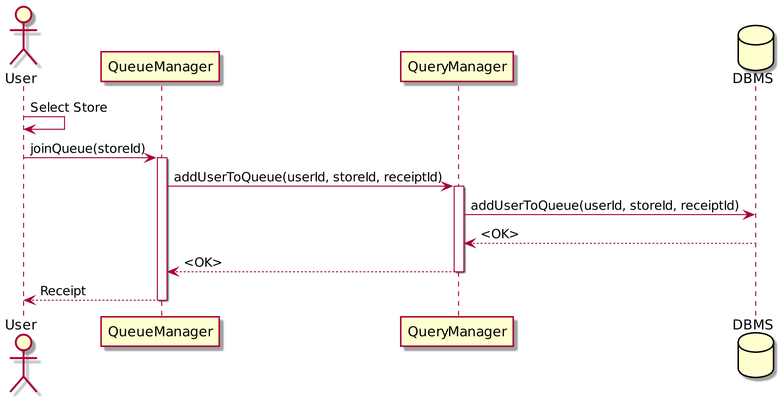
Earlier version of the PlantUML export DD/uml/seq_join_queue.png (andreafra/Software-Engineering-2-Project-2021).
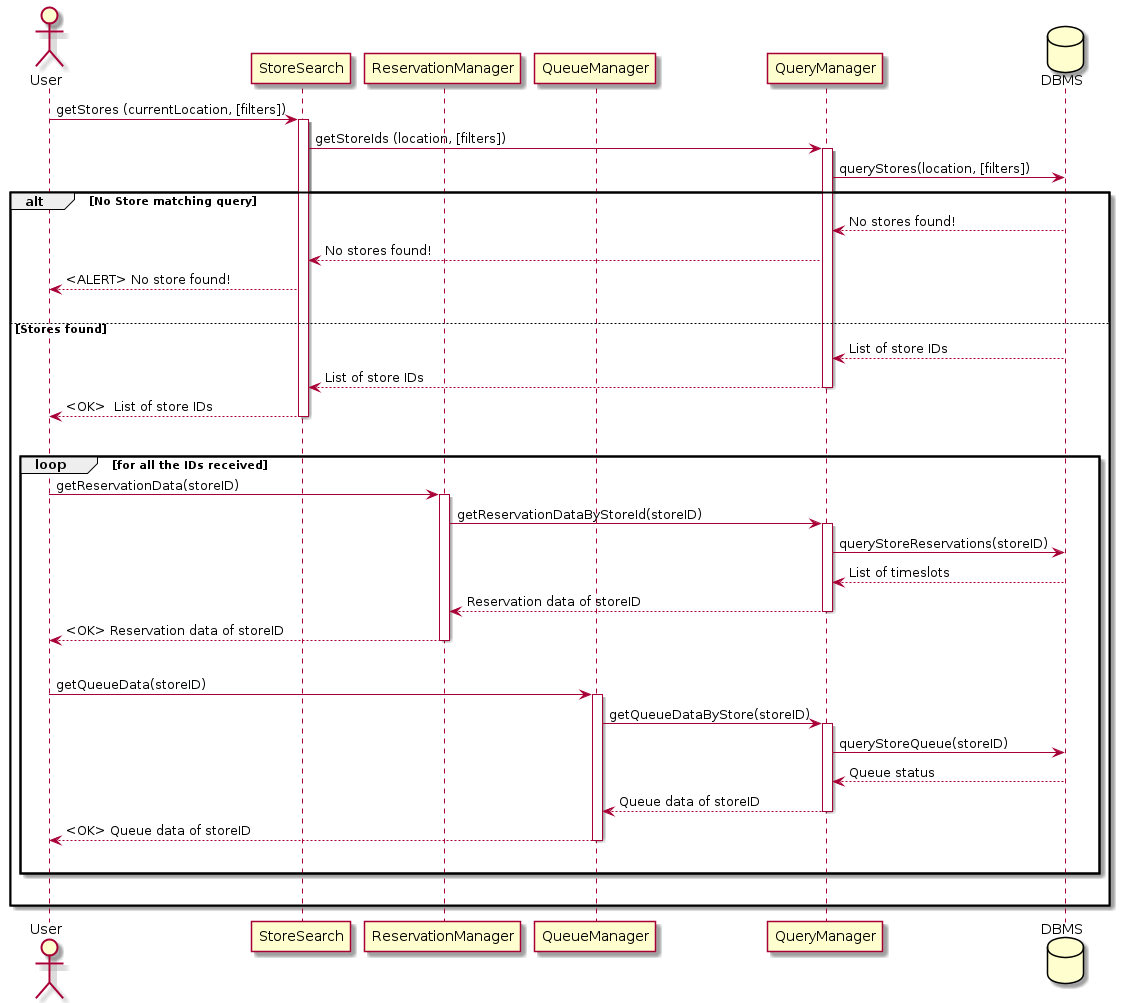
After the change.

What changed in the source:
```diff
@@ -1,24 +1,55 @@
 @startuml seq_join_queue
 
-skinparam {
-   dpi 300
-}
-
 actor User as a
+participant StoreSearch as ss
+participant ReservationManager as rm
 participant QueueManager as queue
 participant QueryManager as qm
 database DBMS as db
 
-a -> a : Select Store
-a -> queue : joinQueue(storeId)
-activate queue
-queue -> qm : addUserToQueue(userId, storeId, receiptId)
+a -> ss : getStores (currentLocation, [filters])
+activate ss
+ss -> qm : getStoreIds (location, [filters])
 activate qm
-qm -> db : addUserToQueue(userId, storeId, receiptId)
-db --> qm : <OK>
-qm --> queue : <OK>
-deactivate qm
-queue --> a : Receipt
-deactivate queue
+qm -> db : queryStores(location, [filters])
+
+alt No Store matching query
+    db --> qm : No stores found!
+    qm --> ss : No stores found!
+    ss --> a  : <ALERT> No store found!
+    |||
+else Stores found
+    db --> qm : List of store IDs
+    qm --> ss : List of store IDs
+    deactivate qm
+    ss --> a : <OK>  List of store IDs
+    deactivate ss
+    |||
+    loop for all the IDs received
+        a->rm : getReservationData(storeID)
+        activate rm
+        rm -> qm : getReservationDataByStoreId(storeID)
+        activate qm
+        qm -> db : queryStoreReservations(storeID)
+        db --> qm : List of timeslots
+        qm --> rm : Reservation data of storeID
+        deactivate qm
+        rm --> a : <OK> Reservation data of storeID
+        deactivate rm
+        |||
+        a-> queue : getQueueData(storeID)
+        activate queue
+        queue -> qm : getQueueDataByStore(storeID)
+        activate qm
+        qm -> db : queryStoreQueue(storeID)
+        db --> qm : Queue status
+        qm --> queue : Queue data of storeID
+        deactivate qm
+        queue --> a : <OK> Queue data of storeID
+        deactivate queue
+        |||
+    end
+    |||
+end
 
 @enduml
```
